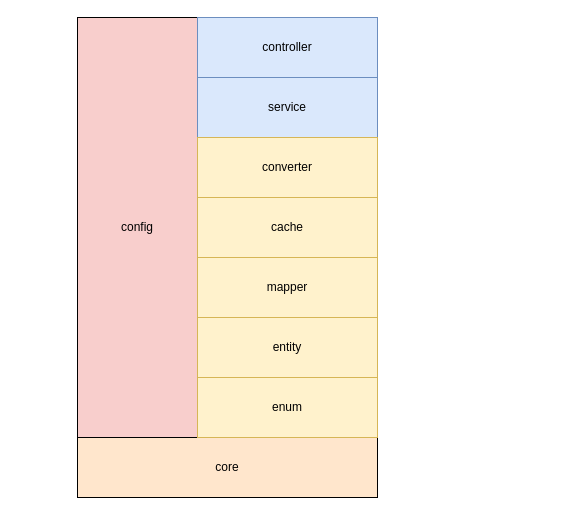
Earlier version of the draw.io diagram src/main/java/com/kaos/skynet/core/Frame.drawio (walnut-qin/springboot.skynet). Source tidied: cells renumbered, new cells numbered last; positions are measured from the earlier drawing's top-left corner, leaving out a move shared by most shapes. Both pictures are drawn from the tidied source at 100%, with x=0, y=0 at pixel (77, 17).
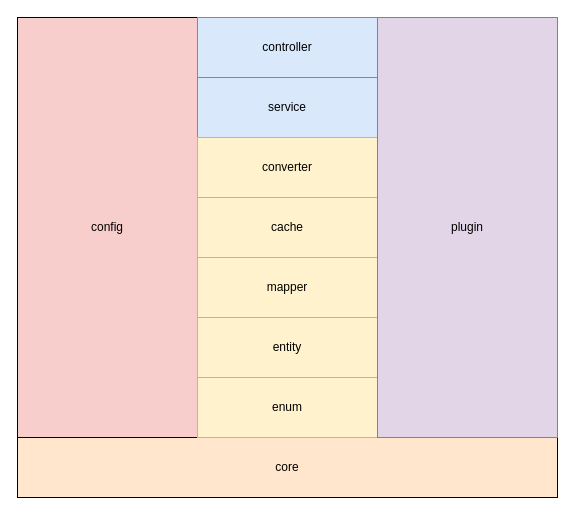
Above is the later version.

Diff of the diagram source:
```diff
@@
 <mxGraphModel>
   <root>
     <mxCell id="0" />
     <mxCell id="1" parent="0" />
     <mxCell id="2" value="core" style="rounded=0;whiteSpace=wrap;html=1;fillColor=#ffe6cc;" parent="1" vertex="1">
-      <mxGeometry y="420" width="300" height="60" as="geometry" />
+      <mxGeometry x="-60" y="420" width="540" height="60" as="geometry" />
     </mxCell>
     <mxCell id="3" value="config" style="rounded=0;whiteSpace=wrap;html=1;fillColor=#f8cecc;" parent="1" vertex="1">
-      <mxGeometry width="120" height="420" as="geometry" />
+      <mxGeometry x="-60" width="180" height="420" as="geometry" />
     </mxCell>
     <mxCell id="4" value="enum" style="rounded=0;whiteSpace=wrap;html=1;fillColor=#fff2cc;strokeColor=#d6b656;" parent="1" vertex="1">
       <mxGeometry x="120" y="360" width="180" height="60" as="geometry" />
     </mxCell>
     <mxCell id="5" value="entity" style="rounded=0;whiteSpace=wrap;html=1;fillColor=#fff2cc;strokeColor=#d6b656;" parent="1" vertex="1">
       <mxGeometry x="120" y="300" width="180" height="60" as="geometry" />
     </mxCell>
     <mxCell id="6" value="mapper" style="rounded=0;whiteSpace=wrap;html=1;fillColor=#fff2cc;strokeColor=#d6b656;" parent="1" vertex="1">
       <mxGeometry x="120" y="240" width="180" height="60" as="geometry" />
     </mxCell>
     <mxCell id="7" value="cache" style="rounded=0;whiteSpace=wrap;html=1;fillColor=#fff2cc;strokeColor=#d6b656;" parent="1" vertex="1">
       <mxGeometry x="120" y="180" width="180" height="60" as="geometry" />
     </mxCell>
     <mxCell id="8" value="service" style="rounded=0;whiteSpace=wrap;html=1;fillColor=#dae8fc;strokeColor=#6c8ebf;" parent="1" vertex="1">
       <mxGeometry x="120" y="60" width="180" height="60" as="geometry" />
     </mxCell>
     <mxCell id="9" value="controller" style="rounded=0;whiteSpace=wrap;html=1;fillColor=#dae8fc;strokeColor=#6c8ebf;" parent="1" vertex="1">
       <mxGeometry x="120" width="180" height="60" as="geometry" />
     </mxCell>
     <mxCell id="10" value="converter" style="rounded=0;whiteSpace=wrap;html=1;fillColor=#fff2cc;strokeColor=#d6b656;" parent="1" vertex="1">
       <mxGeometry x="120" y="120" width="180" height="60" as="geometry" />
     </mxCell>
+    <mxCell id="11" value="plugin" style="rounded=0;whiteSpace=wrap;html=1;fillColor=#e1d5e7;strokeColor=#9673a6;" parent="1" vertex="1">
+      <mxGeometry x="300" width="180" height="420" as="geometry" />
+    </mxCell>
   </root>
 </mxGraphModel>
```
